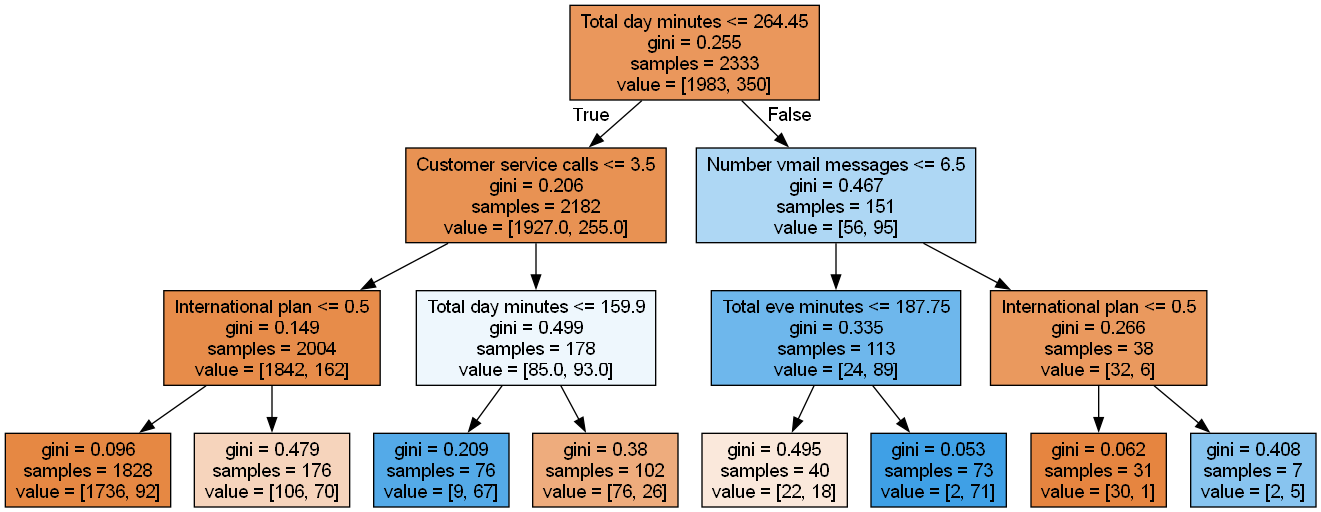
The Graphviz diagram Практика 13/Задание 13/Деревья решений/telecom_tree2.png in MAMUER/Machine_learning, before a commit. Its source is kept beside it as Практика 13/Задание 13/Деревья решений/telecom_tree2.dot.
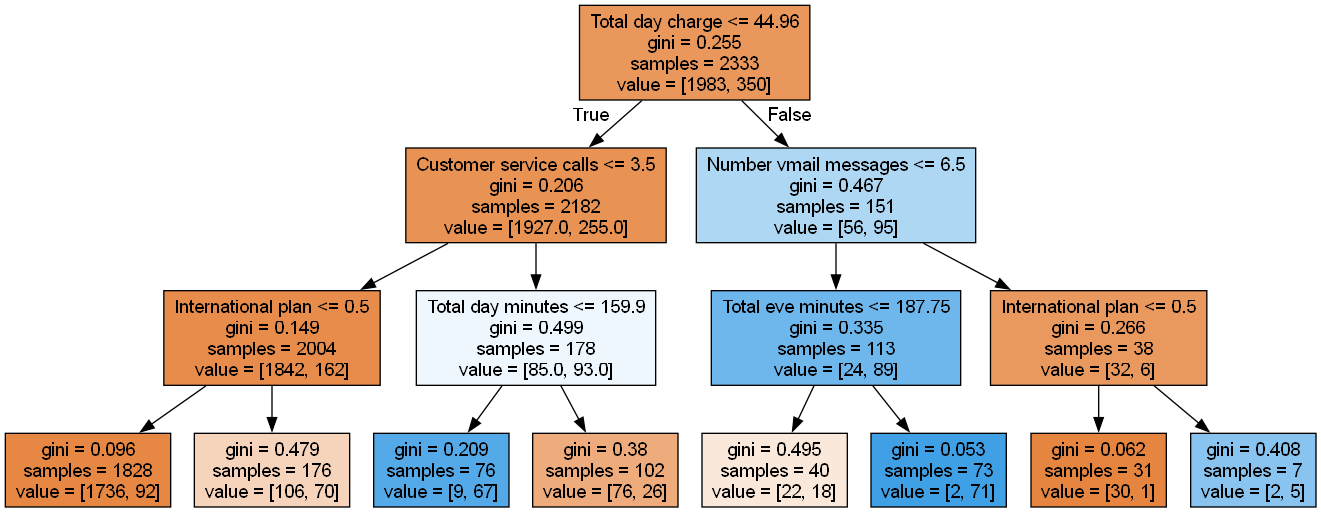
After the change.

What changed in the source:
```diff
@@ -1,7 +1,7 @@
 digraph Tree {
 node [shape=box, style="filled", color="black", fontname="helvetica"] ;
 edge [fontname="helvetica"] ;
-0 [label="Total day minutes <= 264.45\ngini = 0.255\nsamples = 2333\nvalue = [1983, 350]", fillcolor="#ea975c"] ;
+0 [label="Total day charge <= 44.96\ngini = 0.255\nsamples = 2333\nvalue = [1983, 350]", fillcolor="#ea975c"] ;
 1 [label="Customer service calls <= 3.5\ngini = 0.206\nsamples = 2182\nvalue = [1927.0, 255.0]", fillcolor="#e89253"] ;
 0 -> 1 [labeldistance=2.5, labelangle=45, headlabel="True"] ;
 2 [label="International plan <= 0.5\ngini = 0.149\nsamples = 2004\nvalue = [1842, 162]", fillcolor="#e78c4a"] ;
```
